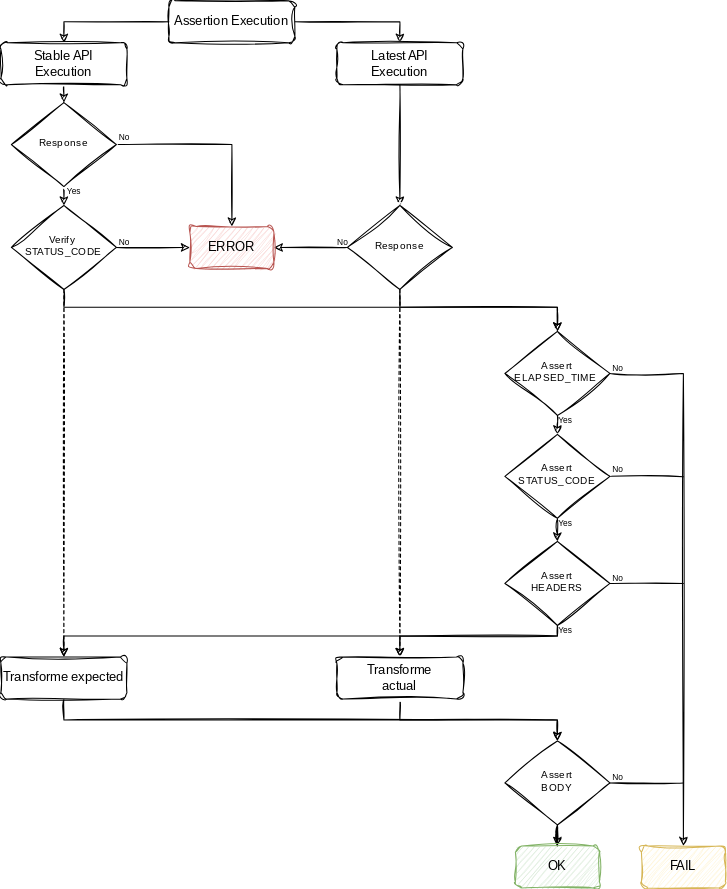
Before: doc/diagram/assertion.diagram.svg, a diagram exported from draw.io (oneteme/assertapi-core). Source tidied: cells renumbered, new cells last; positions are measured from the earlier drawing's top-left corner, leaving out a move shared by most shapes.
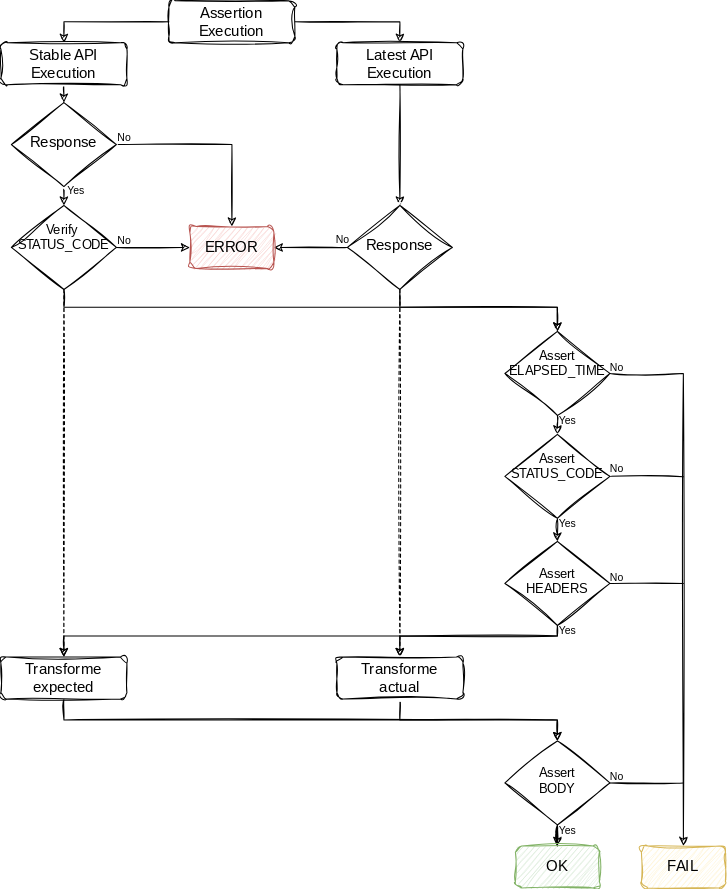
The same diagram one commit later.

Diff of the diagram source:
```diff
@@ -10,3 +10,3 @@
     </mxCell>
-    <mxCell id="4" value="Assertion Execution" style="rounded=1;whiteSpace=wrap;html=1;fontSize=12;glass=0;strokeWidth=1;shadow=0;sketch=1;curveFitting=1;jiggle=2;fontFamily=Architects Daughter;fontSource=https%3A%2F%2Ffonts.googleapis.com%2Fcss%3Ffamily%3DArchitects%2BDaughter;" parent="1" vertex="1">
+    <mxCell id="4" value="Assertion &lt;br style=&quot;font-size: 14px;&quot;&gt;Execution" style="rounded=1;whiteSpace=wrap;html=1;fontSize=14;glass=0;strokeWidth=1;shadow=0;sketch=1;curveFitting=1;jiggle=2;fontFamily=Architects Daughter;fontSource=https%3A%2F%2Ffonts.googleapis.com%2Fcss%3Ffamily%3DArchitects%2BDaughter;" parent="1" vertex="1">
       <mxGeometry x="160" width="120" height="40" as="geometry" />
@@ -16,3 +16,3 @@
     </mxCell>
-    <mxCell id="6" value="Latest API &lt;br&gt;Execution" style="rounded=1;whiteSpace=wrap;html=1;fontSize=12;glass=0;strokeWidth=1;shadow=0;sketch=1;curveFitting=1;jiggle=2;fillColor=rgb(255, 255, 255);labelBackgroundColor=none;strokeColor=default;fontFamily=Architects Daughter;fontSource=https%3A%2F%2Ffonts.googleapis.com%2Fcss%3Ffamily%3DArchitects%2BDaughter;fontColor=#000000;" parent="1" vertex="1">
+    <mxCell id="6" value="Latest API &lt;br style=&quot;font-size: 14px;&quot;&gt;Execution" style="rounded=1;whiteSpace=wrap;html=1;fontSize=14;glass=0;strokeWidth=1;shadow=0;sketch=1;curveFitting=1;jiggle=2;fillColor=rgb(255, 255, 255);labelBackgroundColor=none;strokeColor=default;fontFamily=Architects Daughter;fontSource=https%3A%2F%2Ffonts.googleapis.com%2Fcss%3Ffamily%3DArchitects%2BDaughter;fontColor=#000000;" parent="1" vertex="1">
       <mxGeometry x="320" y="40" width="120" height="40" as="geometry" />
@@ -22,3 +22,3 @@
     </mxCell>
-    <mxCell id="8" value="Stable API &lt;br&gt;Execution" style="rounded=1;whiteSpace=wrap;html=1;fontSize=12;glass=0;strokeWidth=1;shadow=0;sketch=1;curveFitting=1;jiggle=2;fillColor=rgb(255, 255, 255);labelBackgroundColor=none;strokeColor=default;fontFamily=Architects Daughter;fontSource=https%3A%2F%2Ffonts.googleapis.com%2Fcss%3Ffamily%3DArchitects%2BDaughter;fontColor=#000000;" parent="1" vertex="1">
+    <mxCell id="8" value="Stable API &lt;br style=&quot;font-size: 14px;&quot;&gt;Execution" style="rounded=1;whiteSpace=wrap;html=1;fontSize=14;glass=0;strokeWidth=1;shadow=0;sketch=1;curveFitting=1;jiggle=2;fillColor=rgb(255, 255, 255);labelBackgroundColor=none;strokeColor=default;fontFamily=Architects Daughter;fontSource=https%3A%2F%2Ffonts.googleapis.com%2Fcss%3Ffamily%3DArchitects%2BDaughter;fontColor=#000000;" parent="1" vertex="1">
       <mxGeometry y="40" width="120" height="40" as="geometry" />
@@ -31,3 +31,3 @@
     </mxCell>
-    <mxCell id="11" value="Response" style="rhombus;whiteSpace=wrap;html=1;shadow=0;fontFamily=Architects Daughter;fontSize=10;align=center;strokeWidth=1;spacing=6;spacingTop=-4;sketch=1;curveFitting=1;jiggle=2;fontSource=https%3A%2F%2Ffonts.googleapis.com%2Fcss%3Ffamily%3DArchitects%2BDaughter;" parent="1" vertex="1">
+    <mxCell id="11" value="Response" style="rhombus;whiteSpace=wrap;html=1;shadow=0;fontFamily=Architects Daughter;fontSize=14;align=center;strokeWidth=1;spacing=6;spacingTop=-4;sketch=1;curveFitting=1;jiggle=2;fontSource=https%3A%2F%2Ffonts.googleapis.com%2Fcss%3Ffamily%3DArchitects%2BDaughter;" parent="1" vertex="1">
       <mxGeometry x="10" y="97" width="100" height="80" as="geometry" />
@@ -48,9 +48,9 @@
     </mxCell>
-    <mxCell id="15" value="Response" style="rhombus;whiteSpace=wrap;html=1;shadow=0;fontFamily=Architects Daughter;fontSize=10;align=center;strokeWidth=1;spacing=6;spacingTop=-4;sketch=1;curveFitting=1;jiggle=2;fontSource=https%3A%2F%2Ffonts.googleapis.com%2Fcss%3Ffamily%3DArchitects%2BDaughter;" parent="1" vertex="1">
+    <mxCell id="15" value="Response" style="rhombus;whiteSpace=wrap;html=1;shadow=0;fontFamily=Architects Daughter;fontSize=14;align=center;strokeWidth=1;spacing=6;spacingTop=-4;sketch=1;curveFitting=1;jiggle=2;fontSource=https%3A%2F%2Ffonts.googleapis.com%2Fcss%3Ffamily%3DArchitects%2BDaughter;" parent="1" vertex="1">
       <mxGeometry x="330" y="195" width="100" height="80" as="geometry" />
     </mxCell>
-    <mxCell id="16" value="ERROR" style="rounded=1;whiteSpace=wrap;html=1;fontSize=12;glass=0;strokeWidth=1;shadow=0;sketch=1;curveFitting=1;jiggle=2;fillColor=#f8cecc;strokeColor=#b85450;fontFamily=Architects Daughter;fontSource=https%3A%2F%2Ffonts.googleapis.com%2Fcss%3Ffamily%3DArchitects%2BDaughter;" parent="1" vertex="1">
+    <mxCell id="16" value="ERROR" style="rounded=1;whiteSpace=wrap;html=1;fontSize=14;glass=0;strokeWidth=1;shadow=0;sketch=1;curveFitting=1;jiggle=2;fillColor=#f8cecc;strokeColor=#b85450;fontFamily=Architects Daughter;fontSource=https%3A%2F%2Ffonts.googleapis.com%2Fcss%3Ffamily%3DArchitects%2BDaughter;" parent="1" vertex="1">
       <mxGeometry x="180" y="215" width="80" height="40" as="geometry" />
     </mxCell>
-    <mxCell id="17" value="No" style="text;html=1;strokeColor=none;fillColor=none;align=center;verticalAlign=middle;whiteSpace=wrap;rounded=0;fontSize=8;sketch=1;curveFitting=1;jiggle=2;" parent="1" vertex="1">
+    <mxCell id="17" value="No" style="text;html=1;strokeColor=none;fillColor=none;align=center;verticalAlign=middle;whiteSpace=wrap;rounded=0;fontSize=10;sketch=1;curveFitting=1;jiggle=2;" parent="1" vertex="1">
       <mxGeometry x="110" y="125" width="16" height="10" as="geometry" />
@@ -71,13 +71,13 @@
     </mxCell>
-    <mxCell id="21" value="Verify&amp;nbsp;&lt;br&gt;STATUS_CODE" style="rhombus;whiteSpace=wrap;html=1;fontSize=10;fontFamily=Architects Daughter;fillColor=rgb(255, 255, 255);shadow=0;strokeWidth=1;spacing=6;spacingTop=-4;sketch=1;curveFitting=1;jiggle=2;fontSource=https%3A%2F%2Ffonts.googleapis.com%2Fcss%3Ffamily%3DArchitects%2BDaughter;" parent="1" vertex="1">
+    <mxCell id="21" value="Verify&amp;nbsp;&lt;br style=&quot;font-size: 12px;&quot;&gt;STATUS_CODE&lt;br&gt;&amp;nbsp;" style="rhombus;whiteSpace=wrap;html=1;fontSize=12;fontFamily=Architects Daughter;fillColor=rgb(255, 255, 255);shadow=0;strokeWidth=1;spacing=6;spacingTop=-4;sketch=1;curveFitting=1;jiggle=2;fontSource=https%3A%2F%2Ffonts.googleapis.com%2Fcss%3Ffamily%3DArchitects%2BDaughter;" parent="1" vertex="1">
       <mxGeometry x="10" y="195" width="100" height="80" as="geometry" />
     </mxCell>
-    <mxCell id="22" value="No" style="text;html=1;strokeColor=none;fillColor=none;align=center;verticalAlign=middle;whiteSpace=wrap;rounded=0;fontSize=8;sketch=1;curveFitting=1;jiggle=2;" parent="1" vertex="1">
-      <mxGeometry x="318" y="225" width="16" height="10" as="geometry" />
+    <mxCell id="22" value="No" style="text;html=1;strokeColor=none;fillColor=none;align=center;verticalAlign=middle;whiteSpace=wrap;rounded=0;fontSize=10;sketch=1;curveFitting=1;jiggle=2;" parent="1" vertex="1">
+      <mxGeometry x="318" y="222" width="16" height="11" as="geometry" />
     </mxCell>
-    <mxCell id="23" value="Yes" style="text;html=1;strokeColor=none;fillColor=none;align=center;verticalAlign=middle;whiteSpace=wrap;rounded=0;fontSize=8;sketch=1;curveFitting=1;jiggle=2;" parent="1" vertex="1">
-      <mxGeometry x="62" y="177" width="16" height="10" as="geometry" />
+    <mxCell id="23" value="Yes" style="text;html=1;strokeColor=none;fillColor=none;align=center;verticalAlign=middle;whiteSpace=wrap;rounded=0;fontSize=10;sketch=1;curveFitting=1;jiggle=2;" parent="1" vertex="1">
+      <mxGeometry x="64" y="176" width="16" height="10" as="geometry" />
     </mxCell>
-    <mxCell id="24" value="No" style="text;html=1;strokeColor=none;fillColor=none;align=center;verticalAlign=middle;whiteSpace=wrap;rounded=0;fontSize=8;sketch=1;curveFitting=1;jiggle=2;" parent="1" vertex="1">
-      <mxGeometry x="110" y="225" width="16" height="10" as="geometry" />
+    <mxCell id="24" value="No" style="text;html=1;strokeColor=none;fillColor=none;align=center;verticalAlign=middle;whiteSpace=wrap;rounded=0;fontSize=10;sketch=1;curveFitting=1;jiggle=2;" parent="1" vertex="1">
+      <mxGeometry x="110" y="223" width="16" height="10" as="geometry" />
     </mxCell>
@@ -89,3 +89,3 @@
     </mxCell>
-    <mxCell id="27" value="Assert ELAPSED_TIME&amp;nbsp;" style="rhombus;whiteSpace=wrap;html=1;shadow=0;fontFamily=Architects Daughter;fontSize=10;align=center;strokeWidth=1;spacing=6;spacingTop=-4;rounded=0;sketch=1;curveFitting=1;jiggle=2;verticalAlign=middle;fontSource=https%3A%2F%2Ffonts.googleapis.com%2Fcss%3Ffamily%3DArchitects%2BDaughter;" parent="1" vertex="1">
+    <mxCell id="27" value="Assert ELAPSED_TIME&lt;br&gt;&amp;nbsp;" style="rhombus;whiteSpace=wrap;html=1;shadow=0;fontFamily=Architects Daughter;fontSize=12;align=center;strokeWidth=1;spacing=6;spacingTop=-4;rounded=0;sketch=1;curveFitting=1;jiggle=2;verticalAlign=middle;fontSource=https%3A%2F%2Ffonts.googleapis.com%2Fcss%3Ffamily%3DArchitects%2BDaughter;" parent="1" vertex="1">
       <mxGeometry x="480" y="315" width="100" height="80" as="geometry" />
@@ -100,3 +100,3 @@
     </mxCell>
-    <mxCell id="30" value="Assert STATUS_CODE" style="rhombus;whiteSpace=wrap;html=1;shadow=0;fontFamily=Architects Daughter;fontSize=10;align=center;strokeWidth=1;spacing=6;spacingTop=-4;fontSource=https%3A%2F%2Ffonts.googleapis.com%2Fcss%3Ffamily%3DArchitects%2BDaughter;sketch=1;curveFitting=1;jiggle=2;" parent="1" vertex="1">
+    <mxCell id="30" value="Assert STATUS_CODE&lt;br style=&quot;font-size: 12px;&quot;&gt;&amp;nbsp;" style="rhombus;whiteSpace=wrap;html=1;shadow=0;fontFamily=Architects Daughter;fontSize=12;align=center;strokeWidth=1;spacing=6;spacingTop=-4;fontSource=https%3A%2F%2Ffonts.googleapis.com%2Fcss%3Ffamily%3DArchitects%2BDaughter;sketch=1;curveFitting=1;jiggle=2;" parent="1" vertex="1">
       <mxGeometry x="480" y="413" width="100" height="80" as="geometry" />
@@ -124,3 +124,3 @@
     </mxCell>
-    <mxCell id="34" value="Assert &lt;br&gt;HEADERS" style="rhombus;whiteSpace=wrap;html=1;shadow=0;fontFamily=Architects Daughter;fontSize=10;align=center;strokeWidth=1;spacing=6;spacingTop=-4;rounded=0;fillColor=none;fontSource=https%3A%2F%2Ffonts.googleapis.com%2Fcss%3Ffamily%3DArchitects%2BDaughter;sketch=1;curveFitting=1;jiggle=2;" parent="1" vertex="1">
+    <mxCell id="34" value="Assert &lt;br style=&quot;font-size: 12px;&quot;&gt;HEADERS" style="rhombus;whiteSpace=wrap;html=1;shadow=0;fontFamily=Architects Daughter;fontSize=12;align=center;strokeWidth=1;spacing=6;spacingTop=-4;rounded=0;fillColor=none;fontSource=https%3A%2F%2Ffonts.googleapis.com%2Fcss%3Ffamily%3DArchitects%2BDaughter;sketch=1;curveFitting=1;jiggle=2;" parent="1" vertex="1">
       <mxGeometry x="480" y="515" width="100" height="80" as="geometry" />
@@ -135,3 +135,3 @@
     </mxCell>
-    <mxCell id="36" value="Transforme &lt;br&gt;actual" style="rounded=1;whiteSpace=wrap;html=1;fontSize=12;glass=0;strokeWidth=1;shadow=0;fillColor=rgb(255, 255, 255);labelBackgroundColor=none;strokeColor=default;fontFamily=Architects Daughter;fontSource=https%3A%2F%2Ffonts.googleapis.com%2Fcss%3Ffamily%3DArchitects%2BDaughter;fontColor=#000000;sketch=1;curveFitting=1;jiggle=2;" parent="1" vertex="1">
+    <mxCell id="36" value="Transforme &lt;br style=&quot;font-size: 14px;&quot;&gt;actual" style="rounded=1;whiteSpace=wrap;html=1;fontSize=14;glass=0;strokeWidth=1;shadow=0;fillColor=rgb(255, 255, 255);labelBackgroundColor=none;strokeColor=default;fontFamily=Architects Daughter;fontSource=https%3A%2F%2Ffonts.googleapis.com%2Fcss%3Ffamily%3DArchitects%2BDaughter;fontColor=#000000;sketch=1;curveFitting=1;jiggle=2;" parent="1" vertex="1">
       <mxGeometry x="320" y="625" width="120" height="40" as="geometry" />
@@ -146,3 +146,3 @@
     </mxCell>
-    <mxCell id="38" value="Transforme expected" style="rounded=1;whiteSpace=wrap;html=1;fontSize=12;glass=0;strokeWidth=1;shadow=0;sketch=1;curveFitting=1;jiggle=2;fillColor=rgb(255, 255, 255);labelBackgroundColor=none;strokeColor=default;fontFamily=Architects Daughter;fontSource=https%3A%2F%2Ffonts.googleapis.com%2Fcss%3Ffamily%3DArchitects%2BDaughter;fontColor=#000000;" parent="1" vertex="1">
+    <mxCell id="38" value="Transforme expected" style="rounded=1;whiteSpace=wrap;html=1;fontSize=14;glass=0;strokeWidth=1;shadow=0;sketch=1;curveFitting=1;jiggle=2;fillColor=rgb(255, 255, 255);labelBackgroundColor=none;strokeColor=default;fontFamily=Architects Daughter;fontSource=https%3A%2F%2Ffonts.googleapis.com%2Fcss%3Ffamily%3DArchitects%2BDaughter;fontColor=#000000;" parent="1" vertex="1">
       <mxGeometry y="625" width="120" height="40" as="geometry" />
@@ -157,32 +157,35 @@
     </mxCell>
-    <mxCell id="41" value="Assert &lt;br&gt;BODY" style="rhombus;whiteSpace=wrap;html=1;shadow=0;fontFamily=Architects Daughter;fontSize=10;align=center;strokeWidth=1;spacing=6;spacingTop=-4;rounded=0;fillColor=none;fontSource=https%3A%2F%2Ffonts.googleapis.com%2Fcss%3Ffamily%3DArchitects%2BDaughter;sketch=1;curveFitting=1;jiggle=2;" parent="1" vertex="1">
+    <mxCell id="41" value="Assert &lt;br style=&quot;font-size: 12px;&quot;&gt;BODY" style="rhombus;whiteSpace=wrap;html=1;shadow=0;fontFamily=Architects Daughter;fontSize=12;align=center;strokeWidth=1;spacing=6;spacingTop=-4;rounded=0;fillColor=none;fontSource=https%3A%2F%2Ffonts.googleapis.com%2Fcss%3Ffamily%3DArchitects%2BDaughter;sketch=1;curveFitting=1;jiggle=2;" parent="1" vertex="1">
       <mxGeometry x="480" y="705" width="100" height="80" as="geometry" />
     </mxCell>
-    <mxCell id="42" value="OK" style="rounded=1;whiteSpace=wrap;html=1;fontSize=12;glass=0;strokeWidth=1;shadow=0;fillColor=#d5e8d4;strokeColor=#82b366;fontFamily=Architects Daughter;fontSource=https%3A%2F%2Ffonts.googleapis.com%2Fcss%3Ffamily%3DArchitects%2BDaughter;sketch=1;curveFitting=1;jiggle=2;" parent="1" vertex="1">
+    <mxCell id="42" value="OK" style="rounded=1;whiteSpace=wrap;html=1;fontSize=14;glass=0;strokeWidth=1;shadow=0;fillColor=#d5e8d4;strokeColor=#82b366;fontFamily=Architects Daughter;fontSource=https%3A%2F%2Ffonts.googleapis.com%2Fcss%3Ffamily%3DArchitects%2BDaughter;sketch=1;curveFitting=1;jiggle=2;" parent="1" vertex="1">
       <mxGeometry x="490" y="805" width="80" height="40" as="geometry" />
     </mxCell>
-    <mxCell id="43" value="FAIL" style="rounded=1;whiteSpace=wrap;html=1;fontSize=12;glass=0;strokeWidth=1;shadow=0;fillColor=#fff2cc;strokeColor=#d6b656;fontFamily=Architects Daughter;fontSource=https%3A%2F%2Ffonts.googleapis.com%2Fcss%3Ffamily%3DArchitects%2BDaughter;sketch=1;curveFitting=1;jiggle=2;" parent="1" vertex="1">
+    <mxCell id="43" value="FAIL" style="rounded=1;whiteSpace=wrap;html=1;fontSize=14;glass=0;strokeWidth=1;shadow=0;fillColor=#fff2cc;strokeColor=#d6b656;fontFamily=Architects Daughter;fontSource=https%3A%2F%2Ffonts.googleapis.com%2Fcss%3Ffamily%3DArchitects%2BDaughter;sketch=1;curveFitting=1;jiggle=2;" parent="1" vertex="1">
       <mxGeometry x="610" y="805" width="80" height="40" as="geometry" />
     </mxCell>
-    <mxCell id="44" value="No" style="text;html=1;strokeColor=none;fillColor=none;align=center;verticalAlign=middle;whiteSpace=wrap;rounded=0;fontSize=8;sketch=1;curveFitting=1;jiggle=2;" parent="1" vertex="1">
-      <mxGeometry x="580" y="345" width="16" height="10" as="geometry" />
+    <mxCell id="44" value="No" style="text;html=1;strokeColor=none;fillColor=none;align=center;verticalAlign=middle;whiteSpace=wrap;rounded=0;fontSize=10;sketch=1;curveFitting=1;jiggle=2;" parent="1" vertex="1">
+      <mxGeometry x="579" y="344" width="16" height="10" as="geometry" />
     </mxCell>
-    <mxCell id="45" value="No" style="text;html=1;strokeColor=none;fillColor=none;align=center;verticalAlign=middle;whiteSpace=wrap;rounded=0;fontSize=8;sketch=1;curveFitting=1;jiggle=2;" parent="1" vertex="1">
-      <mxGeometry x="580" y="442" width="16" height="10" as="geometry" />
+    <mxCell id="45" value="No" style="text;html=1;strokeColor=none;fillColor=none;align=center;verticalAlign=middle;whiteSpace=wrap;rounded=0;fontSize=10;sketch=1;curveFitting=1;jiggle=2;" parent="1" vertex="1">
+      <mxGeometry x="579" y="441" width="16" height="10" as="geometry" />
     </mxCell>
-    <mxCell id="46" value="No" style="text;html=1;strokeColor=none;fillColor=none;align=center;verticalAlign=middle;whiteSpace=wrap;rounded=0;fontSize=8;sketch=1;curveFitting=1;jiggle=2;" parent="1" vertex="1">
-      <mxGeometry x="580" y="545" width="16" height="10" as="geometry" />
+    <mxCell id="46" value="No" style="text;html=1;strokeColor=none;fillColor=none;align=center;verticalAlign=middle;whiteSpace=wrap;rounded=0;fontSize=10;sketch=1;curveFitting=1;jiggle=2;" parent="1" vertex="1">
+      <mxGeometry x="579" y="544" width="16" height="10" as="geometry" />
     </mxCell>
-    <mxCell id="47" value="No" style="text;html=1;strokeColor=none;fillColor=none;align=center;verticalAlign=middle;whiteSpace=wrap;rounded=0;fontSize=8;sketch=1;curveFitting=1;jiggle=2;" parent="1" vertex="1">
-      <mxGeometry x="580" y="735" width="16" height="10" as="geometry" />
+    <mxCell id="47" value="No" style="text;html=1;strokeColor=none;fillColor=none;align=center;verticalAlign=middle;whiteSpace=wrap;rounded=0;fontSize=10;sketch=1;curveFitting=1;jiggle=2;" parent="1" vertex="1">
+      <mxGeometry x="579" y="734" width="16" height="10" as="geometry" />
     </mxCell>
-    <mxCell id="48" value="Yes" style="text;html=1;strokeColor=none;fillColor=none;align=center;verticalAlign=middle;whiteSpace=wrap;rounded=0;fontSize=8;sketch=1;curveFitting=1;jiggle=2;" parent="1" vertex="1">
-      <mxGeometry x="530" y="395" width="16" height="10" as="geometry" />
+    <mxCell id="48" value="Yes" style="text;html=1;strokeColor=none;fillColor=none;align=center;verticalAlign=middle;whiteSpace=wrap;rounded=0;fontSize=10;sketch=1;curveFitting=1;jiggle=2;" parent="1" vertex="1">
+      <mxGeometry x="532" y="395" width="16" height="10" as="geometry" />
     </mxCell>
-    <mxCell id="49" value="Yes" style="text;html=1;strokeColor=none;fillColor=none;align=center;verticalAlign=middle;whiteSpace=wrap;rounded=0;fontSize=8;sketch=1;curveFitting=1;jiggle=2;" parent="1" vertex="1">
-      <mxGeometry x="530" y="493" width="16" height="10" as="geometry" />
+    <mxCell id="49" value="Yes" style="text;html=1;strokeColor=none;fillColor=none;align=center;verticalAlign=middle;whiteSpace=wrap;rounded=0;fontSize=10;sketch=1;curveFitting=1;jiggle=2;" parent="1" vertex="1">
+      <mxGeometry x="532" y="493" width="16" height="10" as="geometry" />
     </mxCell>
-    <mxCell id="50" value="Yes" style="text;html=1;strokeColor=none;fillColor=none;align=center;verticalAlign=middle;whiteSpace=wrap;rounded=0;fontSize=8;sketch=1;curveFitting=1;jiggle=2;" parent="1" vertex="1">
-      <mxGeometry x="530" y="595" width="16" height="10" as="geometry" />
+    <mxCell id="50" value="Yes" style="text;html=1;strokeColor=none;fillColor=none;align=center;verticalAlign=middle;whiteSpace=wrap;rounded=0;fontSize=10;sketch=1;curveFitting=1;jiggle=2;" parent="1" vertex="1">
+      <mxGeometry x="532" y="595" width="16" height="10" as="geometry" />
     </mxCell>
+    <mxCell id="51" value="Yes" style="text;html=1;strokeColor=none;fillColor=none;align=center;verticalAlign=middle;whiteSpace=wrap;rounded=0;fontSize=10;sketch=1;curveFitting=1;jiggle=2;" parent="1" vertex="1">
+      <mxGeometry x="532" y="785" width="16" height="10" as="geometry" />
+    </mxCell>
   </root>
```
